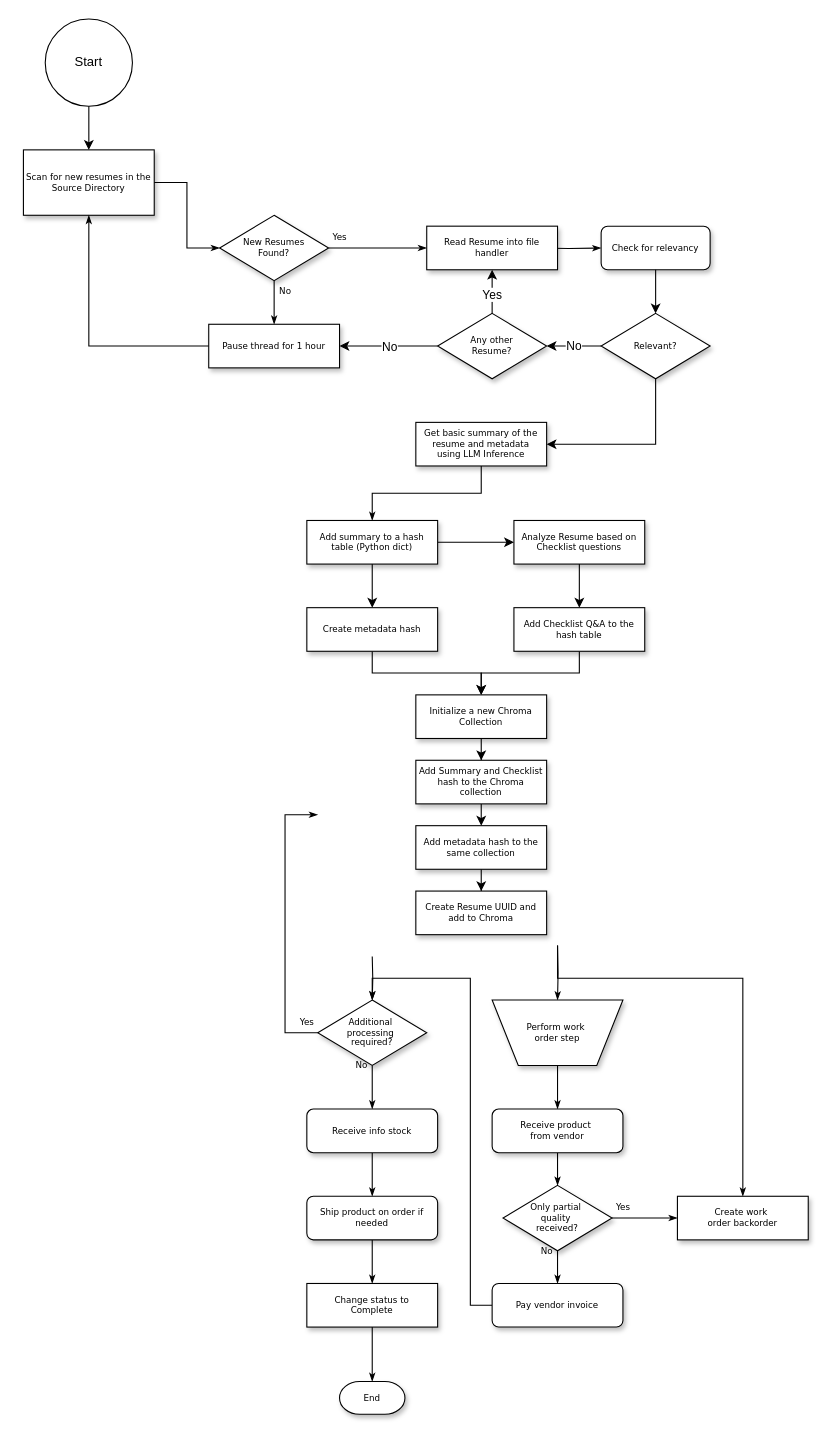
nealsolves/LlamaBama keeps this draw.io diagram as ResumeChecker.drawio. Above is the earlier version. Source tidied: cells renumbered, new cells numbered last; positions are measured from the earlier drawing's top-left corner, leaving out a move shared by most shapes. Both pictures are drawn from the tidied source at 109%, with x=0, y=0 at pixel (23, 19).
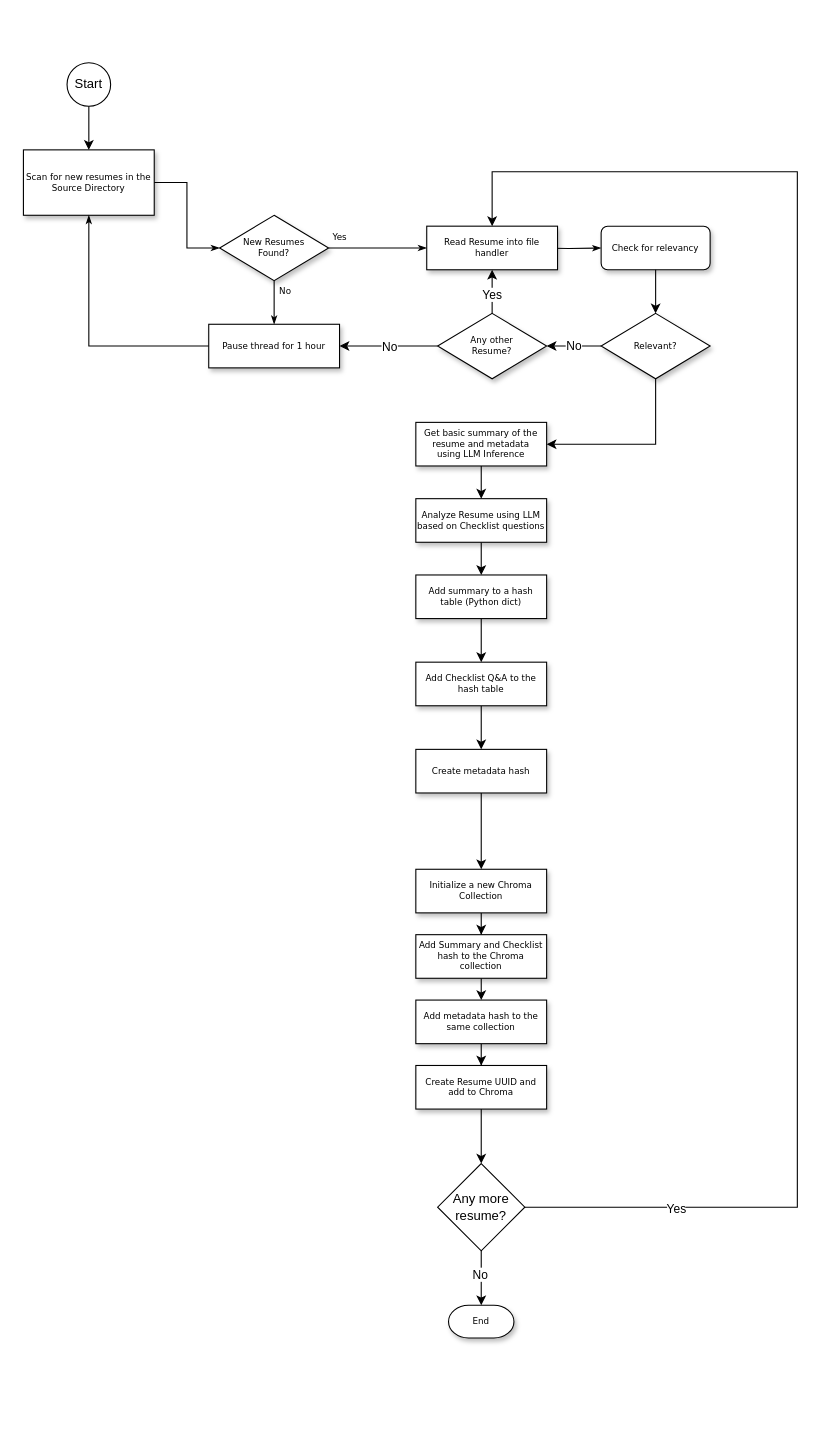
Above is the later version.

Unchanged cells that the change refers to:
```xml
<mxCell id="8" value="Read Resume into file handler" style="whiteSpace=wrap;html=1;rounded=0;shadow=1;labelBackgroundColor=none;strokeWidth=1;fontFamily=Verdana;fontSize=8;align=center;" parent="1" vertex="1">
  <mxGeometry x="370" y="190" width="120" height="40" as="geometry" />
</mxCell>
<mxCell id="10" value="Get basic summary of the resume and metadata using LLM Inference" style="whiteSpace=wrap;html=1;rounded=0;shadow=1;labelBackgroundColor=none;strokeWidth=1;fontFamily=Verdana;fontSize=8;align=center;spacing=6;" parent="1" vertex="1">
  <mxGeometry x="360" y="370" width="120" height="40" as="geometry" />
</mxCell>
```

What changed in the source:
```diff
@@
-    <mxCell id="9" style="edgeStyle=orthogonalEdgeStyle;rounded=0;html=1;labelBackgroundColor=none;startSize=5;endArrow=classicThin;endFill=1;endSize=5;jettySize=auto;strokeWidth=1;fontFamily=Verdana;fontSize=8;" parent="1" edge="1" source="10" target="13">
-      <mxGeometry relative="1" as="geometry" />
-    </mxCell>
+    <mxCell id="64" style="edgeStyle=orthogonalEdgeStyle;rounded=0;jettySize=auto;html=1;" parent="1" edge="1" source="10" target="15">
+      <mxGeometry relative="1" as="geometry" />
+    </mxCell>
@@
-    <mxCell id="11" style="edgeStyle=orthogonalEdgeStyle;rounded=0;jettySize=auto;html=1;entryX=0;entryY=0.5;entryDx=0;entryDy=0;" parent="1" edge="1" source="13" target="15">
-      <mxGeometry relative="1" as="geometry" />
-    </mxCell>
-    <mxCell id="12" style="edgeStyle=orthogonalEdgeStyle;rounded=0;jettySize=auto;html=1;entryX=0.5;entryY=0;entryDx=0;entryDy=0;" parent="1" edge="1" source="13" target="58">
-      <mxGeometry relative="1" as="geometry" />
-    </mxCell>
+    <mxCell id="65" style="edgeStyle=orthogonalEdgeStyle;rounded=0;jettySize=auto;html=1;" parent="1" edge="1" source="13" target="56">
+      <mxGeometry relative="1" as="geometry" />
+    </mxCell>
     <mxCell id="13" value="Add summary to a hash table (Python dict)" style="whiteSpace=wrap;html=1;rounded=0;shadow=1;labelBackgroundColor=none;strokeWidth=1;fontFamily=Verdana;fontSize=8;align=center;" parent="1" vertex="1">
-      <mxGeometry x="260" y="460" width="120" height="40" as="geometry" />
+      <mxGeometry x="360" y="510" width="120" height="40" as="geometry" />
     </mxCell>
-    <mxCell id="14" style="edgeStyle=orthogonalEdgeStyle;rounded=0;jettySize=auto;html=1;entryX=0.5;entryY=0;entryDx=0;entryDy=0;" parent="1" edge="1" source="15" target="56">
-      <mxGeometry relative="1" as="geometry" />
-    </mxCell>
+    <mxCell id="66" style="edgeStyle=orthogonalEdgeStyle;rounded=0;jettySize=auto;html=1;" parent="1" edge="1" source="15">
+      <mxGeometry relative="1" as="geometry">
+        <mxPoint x="420" y="510" as="targetPoint" />
+      </mxGeometry>
+    </mxCell>
-    <mxCell id="15" value="Analyze Resume based on Checklist questions" style="whiteSpace=wrap;html=1;rounded=0;shadow=1;labelBackgroundColor=none;strokeWidth=1;fontFamily=Verdana;fontSize=8;align=center;" parent="1" vertex="1">
-      <mxGeometry x="450" y="460" width="120" height="40" as="geometry" />
+    <mxCell id="15" value="Analyze Resume using LLM based on Checklist questions" style="whiteSpace=wrap;html=1;rounded=0;shadow=1;labelBackgroundColor=none;strokeWidth=1;fontFamily=Verdana;fontSize=8;align=center;" parent="1" vertex="1">
+      <mxGeometry x="360" y="440" width="120" height="40" as="geometry" />
     </mxCell>
@@
     <mxCell id="17" value="Initialize a new Chroma Collection" style="whiteSpace=wrap;html=1;rounded=0;shadow=1;labelBackgroundColor=none;strokeWidth=1;fontFamily=Verdana;fontSize=8;align=center;" parent="1" vertex="1">
-      <mxGeometry x="360" y="620" width="120" height="40" as="geometry" />
+      <mxGeometry x="360" y="780" width="120" height="40" as="geometry" />
     </mxCell>
-    <mxCell id="18" style="edgeStyle=orthogonalEdgeStyle;rounded=0;html=1;labelBackgroundColor=none;startSize=5;endArrow=classicThin;endFill=1;endSize=5;jettySize=auto;strokeWidth=1;fontFamily=Verdana;fontSize=8;" parent="1" edge="1" target="23">
-      <mxGeometry relative="1" as="geometry">
-        <mxPoint x="320" y="860" as="sourcePoint" />
-      </mxGeometry>
-    </mxCell>
-    <mxCell id="19" style="edgeStyle=orthogonalEdgeStyle;rounded=0;html=1;labelBackgroundColor=none;startSize=5;endArrow=classicThin;endFill=1;endSize=5;jettySize=auto;strokeWidth=1;fontFamily=Verdana;fontSize=8;" parent="1" edge="1" target="25">
-      <mxGeometry relative="1" as="geometry">
-        <mxPoint x="490" y="850" as="sourcePoint" />
-      </mxGeometry>
-    </mxCell>
-    <mxCell id="20" style="edgeStyle=orthogonalEdgeStyle;rounded=0;html=1;labelBackgroundColor=none;startSize=5;endArrow=classicThin;endFill=1;endSize=5;jettySize=auto;strokeWidth=1;fontFamily=Verdana;fontSize=8;" parent="1" edge="1" target="35">
-      <mxGeometry relative="1" as="geometry">
-        <mxPoint x="490" y="850" as="sourcePoint" />
-        <Array as="points">
-          <mxPoint x="490" y="880" />
-          <mxPoint x="660" y="880" />
-        </Array>
-      </mxGeometry>
-    </mxCell>
-    <mxCell id="21" value="Yes" style="edgeStyle=orthogonalEdgeStyle;rounded=0;html=1;labelBackgroundColor=none;startSize=5;endArrow=classicThin;endFill=1;endSize=5;jettySize=auto;strokeWidth=1;fontFamily=Verdana;fontSize=8;" parent="1" edge="1" source="23">
-      <mxGeometry x="-0.69" y="-20" relative="1" as="geometry">
-        <mxPoint x="270" y="730" as="targetPoint" />
-        <Array as="points">
-          <mxPoint x="240" y="930" />
-          <mxPoint x="240" y="730" />
-        </Array>
-      </mxGeometry>
-    </mxCell>
-    <mxCell id="22" value="No" style="edgeStyle=orthogonalEdgeStyle;rounded=0;html=1;labelBackgroundColor=none;startSize=5;endArrow=classicThin;endFill=1;endSize=5;jettySize=auto;strokeWidth=1;fontFamily=Verdana;fontSize=8;" parent="1" edge="1" source="23" target="27">
-      <mxGeometry x="-1" y="-10" relative="1" as="geometry" />
-    </mxCell>
-    <mxCell id="23" value="Additional&amp;nbsp;&lt;div&gt;processing&amp;nbsp;&lt;/div&gt;&lt;div&gt;required?&lt;/div&gt;" style="rhombus;whiteSpace=wrap;html=1;rounded=0;shadow=1;labelBackgroundColor=none;strokeWidth=1;fontFamily=Verdana;fontSize=8;align=center;" parent="1" vertex="1">
-      <mxGeometry x="270" y="900" width="100" height="60" as="geometry" />
-    </mxCell>
-    <mxCell id="24" style="edgeStyle=orthogonalEdgeStyle;rounded=0;html=1;labelBackgroundColor=none;startSize=5;endArrow=classicThin;endFill=1;endSize=5;jettySize=auto;strokeWidth=1;fontFamily=Verdana;fontSize=8;" parent="1" edge="1" source="25" target="29">
-      <mxGeometry relative="1" as="geometry" />
-    </mxCell>
-    <mxCell id="25" value="Perform work&amp;nbsp;&lt;div&gt;order step&lt;/div&gt;" style="shape=trapezoid;whiteSpace=wrap;html=1;rounded=0;shadow=1;labelBackgroundColor=none;strokeWidth=1;fontFamily=Verdana;fontSize=8;align=center;flipV=1;" parent="1" vertex="1">
-      <mxGeometry x="430" y="900" width="120" height="60" as="geometry" />
-    </mxCell>
-    <mxCell id="26" style="edgeStyle=orthogonalEdgeStyle;rounded=0;html=1;labelBackgroundColor=none;startSize=5;endArrow=classicThin;endFill=1;endSize=5;jettySize=auto;strokeWidth=1;fontFamily=Verdana;fontSize=8;" parent="1" edge="1" source="27" target="31">
-      <mxGeometry relative="1" as="geometry" />
-    </mxCell>
-    <mxCell id="27" value="Receive info stock" style="rounded=1;whiteSpace=wrap;html=1;shadow=1;labelBackgroundColor=none;strokeWidth=1;fontFamily=Verdana;fontSize=8;align=center;" parent="1" vertex="1">
-      <mxGeometry x="260" y="1000" width="120" height="40" as="geometry" />
-    </mxCell>
-    <mxCell id="28" style="edgeStyle=orthogonalEdgeStyle;rounded=0;html=1;labelBackgroundColor=none;startSize=5;endArrow=classicThin;endFill=1;endSize=5;jettySize=auto;strokeWidth=1;fontFamily=Verdana;fontSize=8;" parent="1" edge="1" source="29" target="34">
-      <mxGeometry relative="1" as="geometry" />
-    </mxCell>
-    <mxCell id="29" value="Receive product&amp;nbsp;&lt;div&gt;from vendor&lt;/div&gt;" style="rounded=1;whiteSpace=wrap;html=1;shadow=1;labelBackgroundColor=none;strokeWidth=1;fontFamily=Verdana;fontSize=8;align=center;" parent="1" vertex="1">
-      <mxGeometry x="430" y="1000" width="120" height="40" as="geometry" />
-    </mxCell>
-    <mxCell id="30" style="edgeStyle=orthogonalEdgeStyle;rounded=0;html=1;labelBackgroundColor=none;startSize=5;endArrow=classicThin;endFill=1;endSize=5;jettySize=auto;strokeWidth=1;fontFamily=Verdana;fontSize=8;" parent="1" edge="1" source="31" target="37">
-      <mxGeometry relative="1" as="geometry" />
-    </mxCell>
-    <mxCell id="31" value="Ship product on order if needed" style="rounded=1;whiteSpace=wrap;html=1;shadow=1;labelBackgroundColor=none;strokeWidth=1;fontFamily=Verdana;fontSize=8;align=center;" parent="1" vertex="1">
-      <mxGeometry x="260" y="1080" width="120" height="40" as="geometry" />
-    </mxCell>
-    <mxCell id="32" value="No" style="edgeStyle=orthogonalEdgeStyle;rounded=0;html=1;labelBackgroundColor=none;startSize=5;endArrow=classicThin;endFill=1;endSize=5;jettySize=auto;strokeWidth=1;fontFamily=Verdana;fontSize=8;" parent="1" edge="1" source="34" target="39">
-      <mxGeometry x="0.2" y="14" relative="1" as="geometry">
-        <mxPoint x="-24" y="-10" as="offset" />
-      </mxGeometry>
-    </mxCell>
-    <mxCell id="33" value="Yes" style="edgeStyle=orthogonalEdgeStyle;rounded=0;html=1;labelBackgroundColor=none;startSize=5;endArrow=classicThin;endFill=1;endSize=5;jettySize=auto;strokeWidth=1;fontFamily=Verdana;fontSize=8;" parent="1" edge="1" source="34" target="35">
-      <mxGeometry x="-0.67" y="10" relative="1" as="geometry" />
-    </mxCell>
-    <mxCell id="34" value="Only partial&amp;nbsp;&lt;div&gt;quality&amp;nbsp;&lt;/div&gt;&lt;div&gt;received?&lt;/div&gt;" style="rhombus;whiteSpace=wrap;html=1;rounded=0;shadow=1;labelBackgroundColor=none;strokeWidth=1;fontFamily=Verdana;fontSize=8;align=center;" parent="1" vertex="1">
-      <mxGeometry x="440" y="1070" width="100" height="60" as="geometry" />
-    </mxCell>
-    <mxCell id="35" value="Create work&amp;nbsp;&lt;div&gt;order backorder&lt;/div&gt;" style="whiteSpace=wrap;html=1;rounded=0;shadow=1;labelBackgroundColor=none;strokeWidth=1;fontFamily=Verdana;fontSize=8;align=center;" parent="1" vertex="1">
-      <mxGeometry x="600" y="1080" width="120" height="40" as="geometry" />
-    </mxCell>
-    <mxCell id="36" style="edgeStyle=orthogonalEdgeStyle;rounded=0;html=1;labelBackgroundColor=none;startSize=5;endArrow=classicThin;endFill=1;endSize=5;jettySize=auto;strokeWidth=1;fontFamily=Verdana;fontSize=8;" parent="1" edge="1" source="37" target="40">
-      <mxGeometry relative="1" as="geometry" />
-    </mxCell>
-    <mxCell id="37" value="Change status to&lt;div&gt;Complete&lt;/div&gt;" style="whiteSpace=wrap;html=1;rounded=0;shadow=1;labelBackgroundColor=none;strokeWidth=1;fontFamily=Verdana;fontSize=8;align=center;" parent="1" vertex="1">
-      <mxGeometry x="260" y="1160" width="120" height="40" as="geometry" />
-    </mxCell>
-    <mxCell id="38" style="edgeStyle=orthogonalEdgeStyle;rounded=0;html=1;labelBackgroundColor=none;startSize=5;endArrow=classicThin;endFill=1;endSize=5;jettySize=auto;strokeWidth=1;fontFamily=Verdana;fontSize=8;" parent="1" edge="1" source="39" target="23">
-      <mxGeometry relative="1" as="geometry">
-        <Array as="points">
-          <mxPoint x="410" y="1180" />
-          <mxPoint x="410" y="880" />
-          <mxPoint x="320" y="880" />
-        </Array>
-      </mxGeometry>
-    </mxCell>
-    <mxCell id="39" value="Pay vendor invoice" style="rounded=1;whiteSpace=wrap;html=1;shadow=1;labelBackgroundColor=none;strokeWidth=1;fontFamily=Verdana;fontSize=8;align=center;" parent="1" vertex="1">
-      <mxGeometry x="430" y="1160" width="120" height="40" as="geometry" />
-    </mxCell>
     <mxCell id="40" value="End" style="strokeWidth=1;html=1;shape=mxgraph.flowchart.terminator;whiteSpace=wrap;rounded=0;shadow=1;labelBackgroundColor=none;fontFamily=Verdana;fontSize=8;align=center;" parent="1" vertex="1">
-      <mxGeometry x="290" y="1250" width="60" height="30" as="geometry" />
+      <mxGeometry x="390" y="1180" width="60" height="30" as="geometry" />
     </mxCell>
     <mxCell id="41" value="Start" style="ellipse;whiteSpace=wrap;html=1;" parent="1" vertex="1">
-      <mxGeometry x="20" width="80" height="80" as="geometry" />
+      <mxGeometry x="40" y="40" width="40" height="40" as="geometry" />
     </mxCell>
@@
-    <mxCell id="55" style="edgeStyle=orthogonalEdgeStyle;rounded=0;jettySize=auto;html=1;exitX=0.5;exitY=1;exitDx=0;exitDy=0;entryX=0.5;entryY=0;entryDx=0;entryDy=0;" parent="1" edge="1" source="56" target="17">
-      <mxGeometry relative="1" as="geometry" />
-    </mxCell>
+    <mxCell id="67" style="edgeStyle=orthogonalEdgeStyle;rounded=0;jettySize=auto;html=1;" parent="1" edge="1" source="56" target="58">
+      <mxGeometry relative="1" as="geometry" />
+    </mxCell>
     <mxCell id="56" value="Add Checklist Q&amp;amp;A to the hash table" style="whiteSpace=wrap;html=1;rounded=0;shadow=1;labelBackgroundColor=none;strokeWidth=1;fontFamily=Verdana;fontSize=8;align=center;" parent="1" vertex="1">
-      <mxGeometry x="450" y="540" width="120" height="40" as="geometry" />
+      <mxGeometry x="360" y="590" width="120" height="40" as="geometry" />
     </mxCell>
@@
     <mxCell id="58" value="Create metadata hash" style="whiteSpace=wrap;html=1;rounded=0;shadow=1;labelBackgroundColor=none;strokeWidth=1;fontFamily=Verdana;fontSize=8;align=center;" parent="1" vertex="1">
-      <mxGeometry x="260" y="540" width="120" height="40" as="geometry" />
+      <mxGeometry x="360" y="670" width="120" height="40" as="geometry" />
     </mxCell>
     <mxCell id="59" style="edgeStyle=orthogonalEdgeStyle;rounded=0;jettySize=auto;html=1;" parent="1" edge="1" source="60">
       <mxGeometry relative="1" as="geometry">
-        <mxPoint x="420" y="740" as="targetPoint" />
+        <mxPoint x="420" y="900" as="targetPoint" />
       </mxGeometry>
     </mxCell>
     <mxCell id="60" value="Add Summary and Checklist hash to the Chroma collection" style="whiteSpace=wrap;html=1;rounded=0;shadow=1;labelBackgroundColor=none;strokeWidth=1;fontFamily=Verdana;fontSize=8;align=center;" parent="1" vertex="1">
-      <mxGeometry x="360" y="680" width="120" height="40" as="geometry" />
+      <mxGeometry x="360" y="840" width="120" height="40" as="geometry" />
     </mxCell>
@@
     <mxCell id="62" value="Add metadata hash to the same collection" style="whiteSpace=wrap;html=1;rounded=0;shadow=1;labelBackgroundColor=none;strokeWidth=1;fontFamily=Verdana;fontSize=8;align=center;" parent="1" vertex="1">
-      <mxGeometry x="360" y="740" width="120" height="40" as="geometry" />
+      <mxGeometry x="360" y="900" width="120" height="40" as="geometry" />
     </mxCell>
+    <mxCell id="68" style="edgeStyle=orthogonalEdgeStyle;rounded=0;jettySize=auto;html=1;" parent="1" edge="1" source="63" target="73">
+      <mxGeometry relative="1" as="geometry" />
+    </mxCell>
     <mxCell id="63" value="Create Resume UUID and add to Chroma" style="whiteSpace=wrap;html=1;rounded=0;shadow=1;labelBackgroundColor=none;strokeWidth=1;fontFamily=Verdana;fontSize=8;align=center;" parent="1" vertex="1">
-      <mxGeometry x="360" y="800" width="120" height="40" as="geometry" />
+      <mxGeometry x="360" y="960" width="120" height="40" as="geometry" />
     </mxCell>
+    <mxCell id="69" style="edgeStyle=orthogonalEdgeStyle;rounded=0;jettySize=auto;html=1;entryX=0.5;entryY=0;entryDx=0;entryDy=0;" parent="1" edge="1" source="73" target="8">
+      <mxGeometry relative="1" as="geometry">
+        <Array as="points">
+          <mxPoint x="710" y="1090" />
+          <mxPoint x="710" y="140" />
+          <mxPoint x="430" y="140" />
+        </Array>
+      </mxGeometry>
+    </mxCell>
+    <mxCell id="70" value="Yes" style="edgeLabel;html=1;align=center;verticalAlign=middle;" parent="69" vertex="1">
+      <mxGeometry x="-0.82" y="-1" relative="1" as="geometry" />
+    </mxCell>
+    <mxCell id="71" style="edgeStyle=orthogonalEdgeStyle;rounded=0;jettySize=auto;html=1;" parent="1" edge="1" source="73" target="40">
+      <mxGeometry relative="1" as="geometry" />
+    </mxCell>
+    <mxCell id="72" value="No" style="edgeLabel;html=1;align=center;verticalAlign=middle;" parent="71" vertex="1">
+      <mxGeometry x="-0.17" y="-2" relative="1" as="geometry" />
+    </mxCell>
+    <mxCell id="73" value="Any more resume?" style="rhombus;whiteSpace=wrap;html=1;" parent="1" vertex="1">
+      <mxGeometry x="380" y="1050" width="80" height="80" as="geometry" />
+    </mxCell>
```
